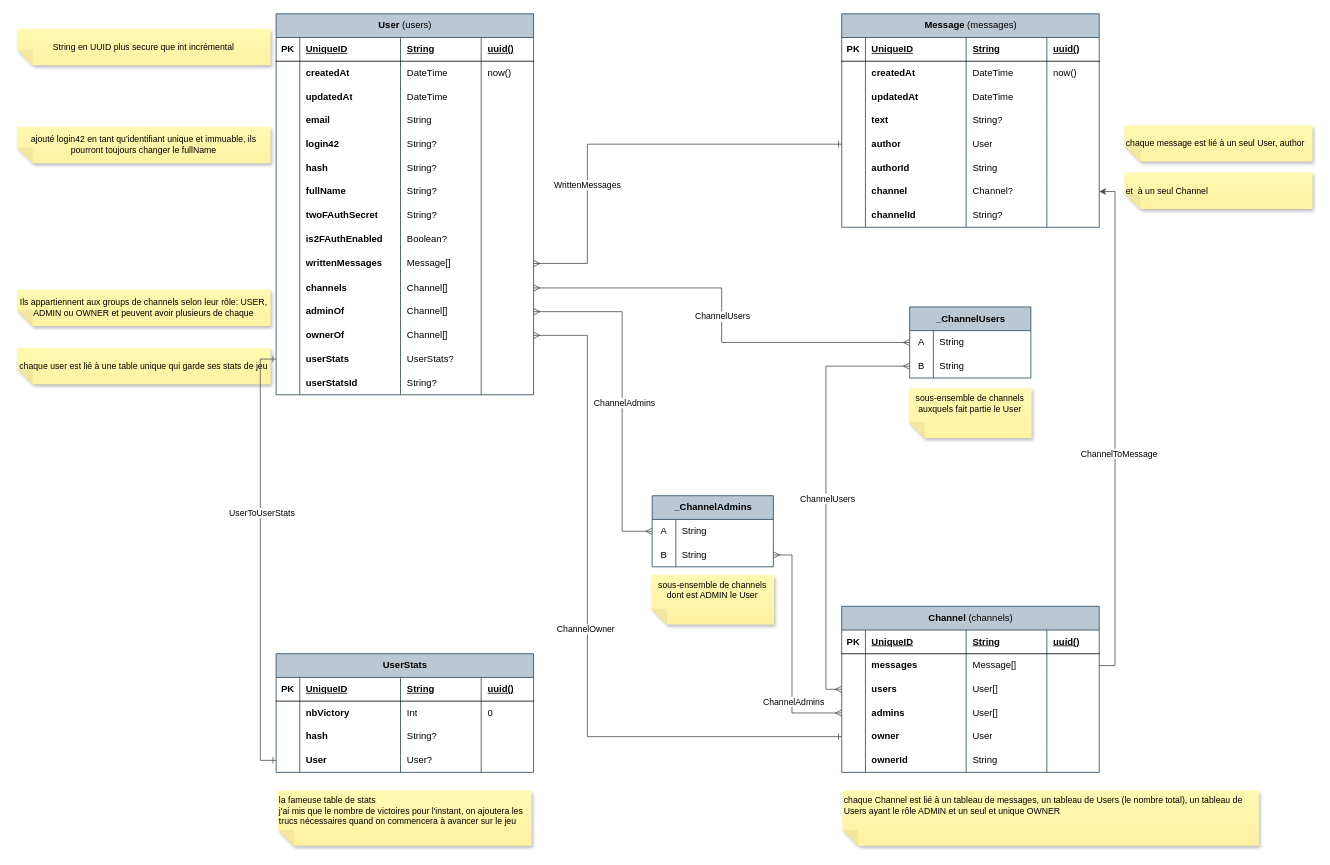
Earlier version of the draw.io diagram database.drawio (adcarnec/Pong). Source tidied: cells renumbered, new cells numbered last; positions are measured from the earlier drawing's top-left corner, leaving out a move shared by most shapes. Both pictures are drawn from the tidied source at 79%, with x=0, y=0 at pixel (17, 13).
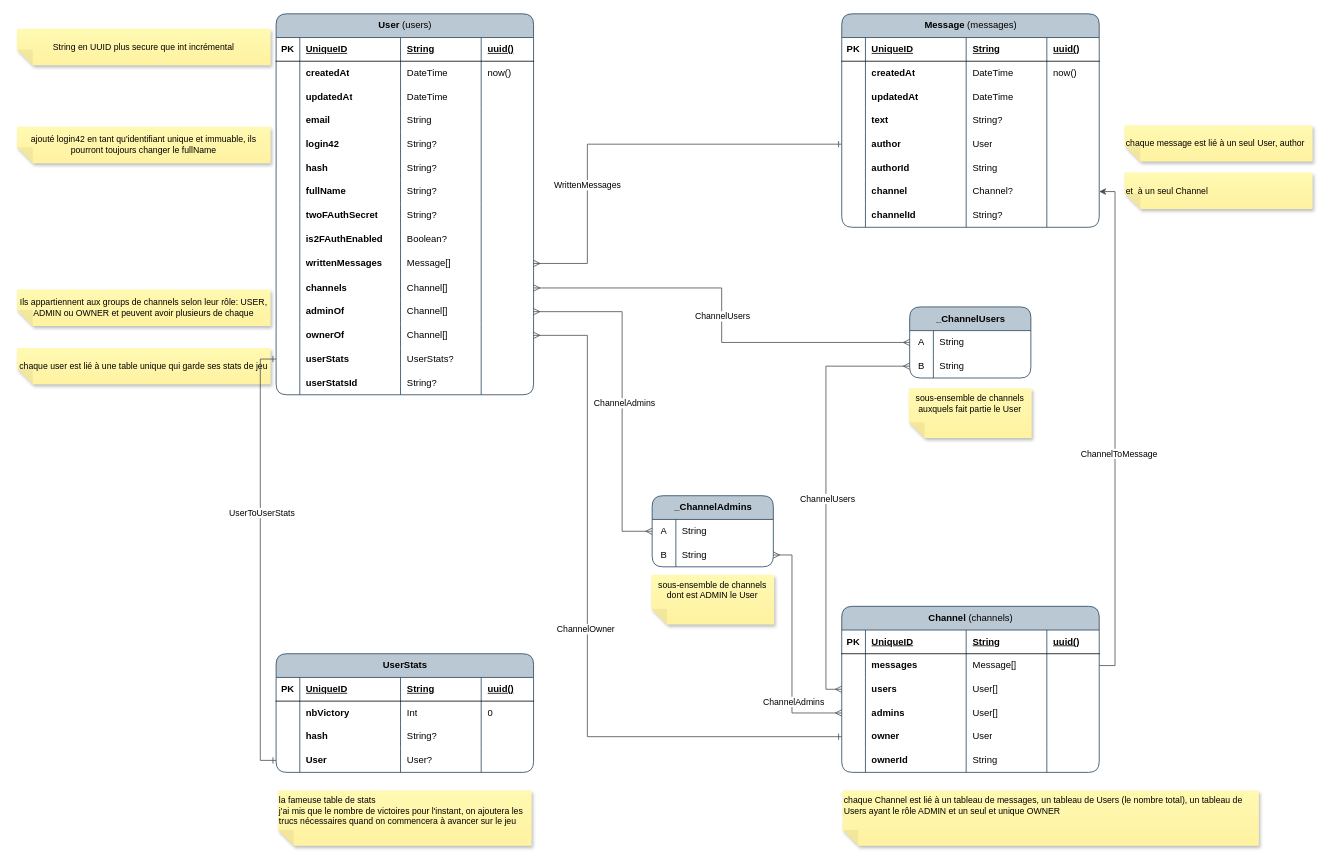
Above is the later version.

Diff of the diagram source:
```diff
@@
-    <mxCell id="4" value="User &lt;span style=&quot;font-weight: normal;&quot;&gt;(users)&lt;/span&gt;" style="shape=table;startSize=30;childLayout=tableLayout;rowLines=0;align=center;html=1;spacing=2;fontStyle=1;fillColor=#bac8d3;strokeColor=#23445d;" parent="1" vertex="1">
+    <mxCell id="4" value="User &lt;span style=&quot;font-weight: normal;&quot;&gt;(users)&lt;/span&gt;" style="shape=table;startSize=30;childLayout=tableLayout;rowLines=0;align=center;html=1;spacing=2;fontStyle=1;fillColor=#bac8d3;strokeColor=#23445d;rounded=1;" parent="1" vertex="1">
       <mxGeometry x="328" width="325.9" height="482.2" as="geometry" />
     </mxCell>
@@
-    <mxCell id="10" style="shape=tableRow;horizontal=0;startSize=0;swimlaneHead=0;swimlaneBody=0;fillColor=none;top=0;left=0;right=0;bottom=0;perimeterSpacing=1;" parent="4" vertex="1">
+    <mxCell id="10" style="shape=tableRow;horizontal=0;startSize=0;swimlaneHead=0;swimlaneBody=0;fillColor=none;top=0;left=0;right=0;bottom=0;perimeterSpacing=1;rounded=1;" parent="4" vertex="1">
       <mxGeometry y="60" width="325.9" height="30" as="geometry" />
     </mxCell>
@@
-    <mxCell id="80" value="UserStats" style="shape=table;startSize=30;childLayout=tableLayout;rowLines=0;align=center;html=1;spacing=2;fontStyle=1;fillColor=#bac8d3;strokeColor=#23445d;" parent="1" vertex="1">
+    <mxCell id="80" value="UserStats" style="shape=table;startSize=30;childLayout=tableLayout;rowLines=0;align=center;html=1;spacing=2;fontStyle=1;fillColor=#bac8d3;strokeColor=#23445d;rounded=1;" parent="1" vertex="1">
       <mxGeometry x="328" y="810" width="325.9" height="150.2" as="geometry" />
     </mxCell>
@@
-    <mxCell id="103" value="Channel &lt;span style=&quot;font-weight: normal;&quot;&gt;(channels)&lt;/span&gt;" style="shape=table;startSize=30;childLayout=tableLayout;rowLines=0;align=center;html=1;spacing=2;fontStyle=1;fillColor=#bac8d3;strokeColor=#23445d;" parent="1" vertex="1">
+    <mxCell id="103" value="Channel &lt;span style=&quot;font-weight: normal;&quot;&gt;(channels)&lt;/span&gt;" style="shape=table;startSize=30;childLayout=tableLayout;rowLines=0;align=center;html=1;spacing=2;fontStyle=1;fillColor=#bac8d3;strokeColor=#23445d;rounded=1;" parent="1" vertex="1">
       <mxGeometry x="1044" y="750" width="325.9" height="210.2" as="geometry" />
     </mxCell>
@@
-    <mxCell id="136" value="Message&amp;nbsp;&lt;span style=&quot;font-weight: normal;&quot;&gt;(messages)&lt;/span&gt;" style="shape=table;startSize=30;childLayout=tableLayout;rowLines=0;align=center;html=1;spacing=2;fontStyle=1;fillColor=#bac8d3;strokeColor=#23445d;" parent="1" vertex="1">
+    <mxCell id="136" value="Message&amp;nbsp;&lt;span style=&quot;font-weight: normal;&quot;&gt;(messages)&lt;/span&gt;" style="shape=table;startSize=30;childLayout=tableLayout;rowLines=0;align=center;html=1;spacing=2;fontStyle=1;fillColor=#bac8d3;strokeColor=#23445d;rounded=1;" parent="1" vertex="1">
       <mxGeometry x="1044" width="325.9" height="270.2" as="geometry" />
     </mxCell>
@@
-    <mxCell id="179" value="_ChannelUsers" style="shape=table;startSize=30;childLayout=tableLayout;rowLines=0;fontStyle=1;align=center;html=1;fillColor=#bac8d3;strokeColor=#23445d;" parent="1" vertex="1">
+    <mxCell id="179" value="_ChannelUsers" style="shape=table;startSize=30;childLayout=tableLayout;rowLines=0;fontStyle=1;align=center;html=1;fillColor=#bac8d3;strokeColor=#23445d;rounded=1;" parent="1" vertex="1">
       <mxGeometry x="1130" y="371" width="153.4" height="90" as="geometry" />
     </mxCell>
@@
-    <mxCell id="186" value="_ChannelAdmins" style="shape=table;startSize=30;childLayout=tableLayout;rowLines=0;fontStyle=1;align=center;html=1;fillColor=#bac8d3;strokeColor=#23445d;" parent="1" vertex="1">
+    <mxCell id="186" value="_ChannelAdmins" style="shape=table;startSize=30;childLayout=tableLayout;rowLines=0;fontStyle=1;align=center;html=1;fillColor=#bac8d3;strokeColor=#23445d;rounded=1;" parent="1" vertex="1">
       <mxGeometry x="804" y="610" width="153.4" height="90" as="geometry" />
     </mxCell>
```
